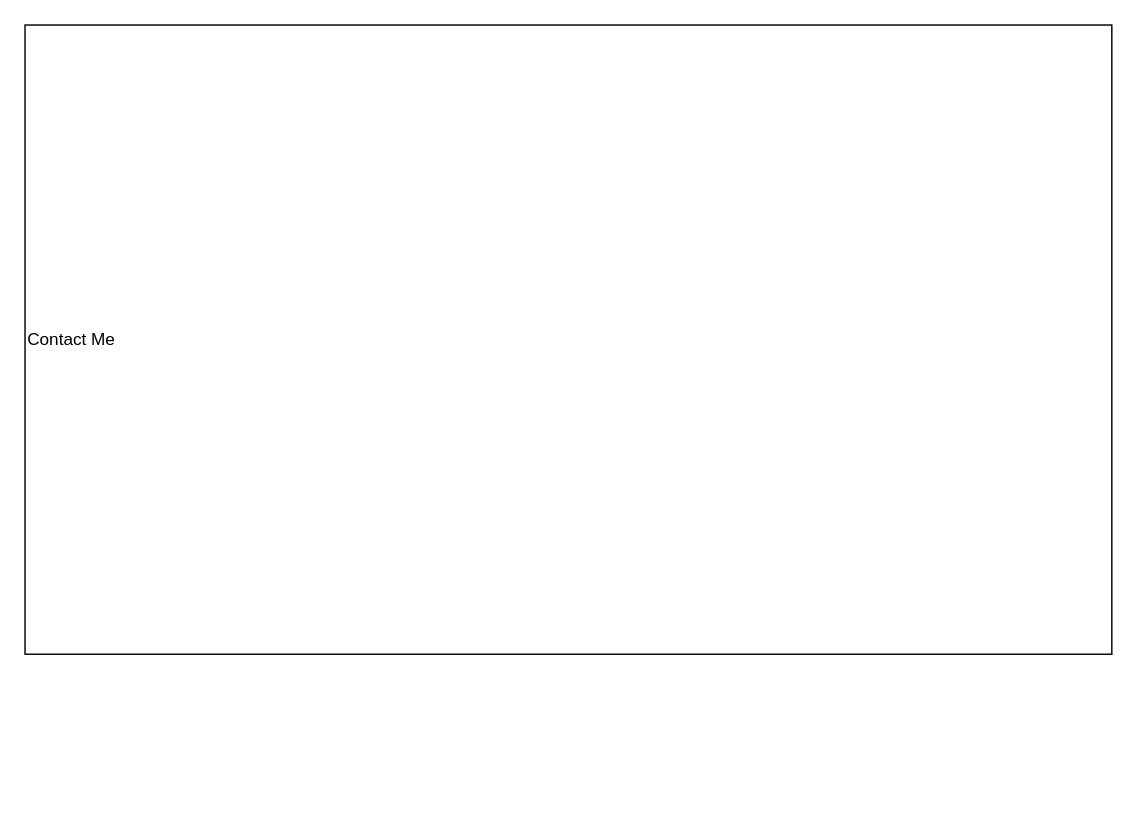
Before: src/page/home/component/Діаграма без назви.drawio in victor-shelepen/shelepen.v4, a draw.io diagram. Source tidied: cells renumbered, new cells numbered last; positions are measured from the earlier drawing's top-left corner, leaving out a move shared by most shapes. Both pictures are drawn from the tidied source at 143%, with x=0, y=0 at pixel (24, 24).
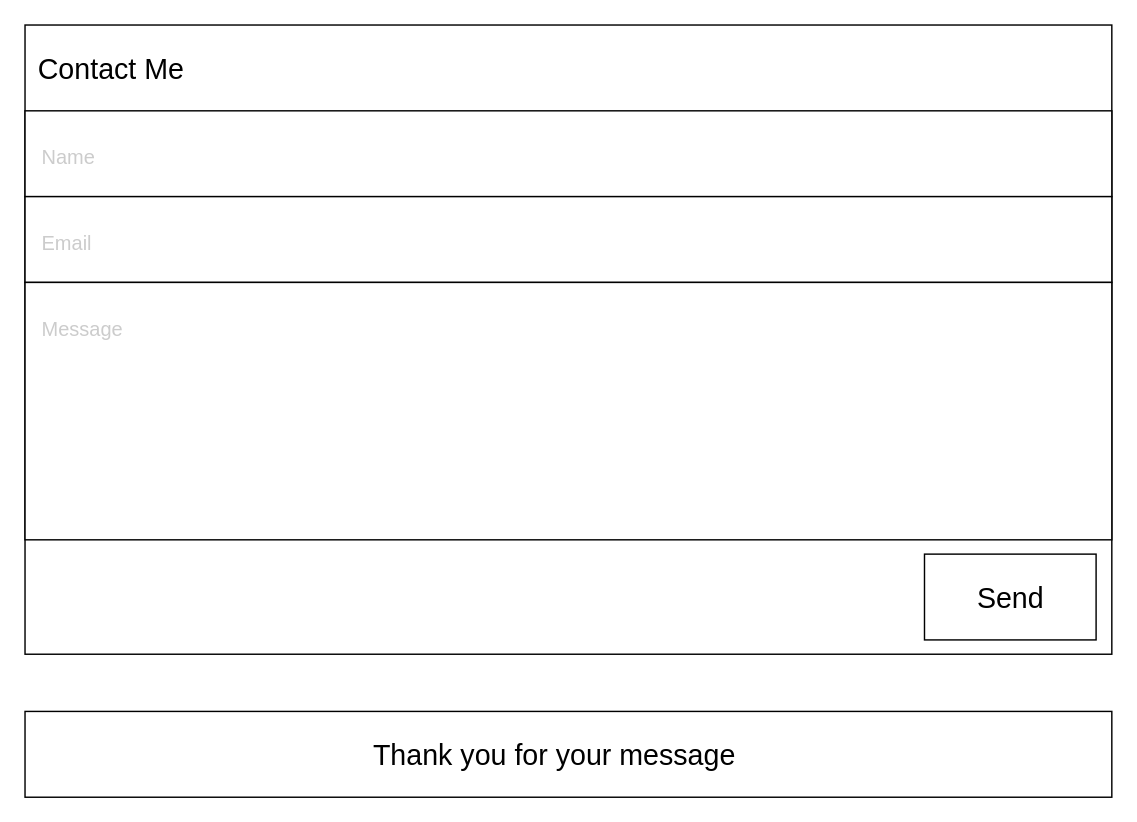
The same diagram, later.

Diff of the diagram source:
```diff
@@
 <mxGraphModel>
   <root>
     <mxCell id="0" />
     <mxCell id="1" parent="0" />
-    <mxCell id="2" value="Contact Me" style="rounded=0;whiteSpace=wrap;html=1;strokeColor=#000000;align=left;" parent="1" vertex="1">
+    <mxCell id="2" style="rounded=0;whiteSpace=wrap;html=1;strokeColor=#000000;align=left;" parent="1" vertex="1">
       <mxGeometry width="760" height="440" as="geometry" />
     </mxCell>
+    <mxCell id="3" value="&lt;font style=&quot;font-size: 20px; font-weight: normal;&quot;&gt;Contact Me&lt;/font&gt;" style="text;strokeColor=none;fillColor=none;html=1;fontSize=24;fontStyle=1;verticalAlign=middle;align=center;" parent="1" vertex="1">
+      <mxGeometry x="10" y="10" width="100" height="40" as="geometry" />
+    </mxCell>
+    <mxCell id="4" style="rounded=0;whiteSpace=wrap;html=1;" parent="1" vertex="1">
+      <mxGeometry y="60" width="760" height="60" as="geometry" />
+    </mxCell>
+    <mxCell id="5" value="&lt;span style=&quot;font-weight: normal;&quot;&gt;&lt;font style=&quot;font-size: 14px;&quot;&gt;Name&lt;/font&gt;&lt;/span&gt;" style="text;strokeColor=none;fillColor=none;html=1;fontSize=24;fontStyle=1;verticalAlign=middle;align=left;fontColor=#CCCCCC;" parent="1" vertex="1">
+      <mxGeometry x="10" y="85" width="100" height="10" as="geometry" />
+    </mxCell>
+    <mxCell id="6" style="rounded=0;whiteSpace=wrap;html=1;" parent="1" vertex="1">
+      <mxGeometry y="120" width="760" height="60" as="geometry" />
+    </mxCell>
+    <mxCell id="7" value="&lt;span style=&quot;font-weight: normal;&quot;&gt;&lt;font style=&quot;font-size: 14px;&quot;&gt;Email&lt;/font&gt;&lt;/span&gt;" style="text;strokeColor=none;fillColor=none;html=1;fontSize=24;fontStyle=1;verticalAlign=middle;align=left;fontColor=#CCCCCC;" parent="1" vertex="1">
+      <mxGeometry x="10" y="145" width="100" height="10" as="geometry" />
+    </mxCell>
+    <mxCell id="8" style="rounded=0;whiteSpace=wrap;html=1;" parent="1" vertex="1">
+      <mxGeometry y="180" width="760" height="180" as="geometry" />
+    </mxCell>
+    <mxCell id="9" value="&lt;span style=&quot;font-weight: normal;&quot;&gt;&lt;font style=&quot;font-size: 14px;&quot;&gt;Message&lt;/font&gt;&lt;/span&gt;" style="text;strokeColor=none;fillColor=none;html=1;fontSize=24;fontStyle=1;verticalAlign=middle;align=left;fontColor=#CCCCCC;" parent="1" vertex="1">
+      <mxGeometry x="10" y="205" width="100" height="10" as="geometry" />
+    </mxCell>
+    <mxCell id="10" style="rounded=0;whiteSpace=wrap;html=1;" parent="1" vertex="1">
+      <mxGeometry x="629" y="370" width="120" height="60" as="geometry" />
+    </mxCell>
+    <mxCell id="11" value="&lt;font style=&quot;font-size: 20px; font-weight: normal;&quot;&gt;Send&lt;/font&gt;" style="text;strokeColor=none;fillColor=none;html=1;fontSize=24;fontStyle=1;verticalAlign=middle;align=center;" parent="1" vertex="1">
+      <mxGeometry x="639" y="380" width="100" height="40" as="geometry" />
+    </mxCell>
+    <mxCell id="12" style="rounded=0;whiteSpace=wrap;html=1;" parent="1" vertex="1">
+      <mxGeometry y="480" width="760" height="60" as="geometry" />
+    </mxCell>
+    <mxCell id="13" value="&lt;font style=&quot;font-size: 20px; font-weight: normal;&quot;&gt;Thank you for your message&lt;/font&gt;" style="text;strokeColor=none;fillColor=none;html=1;fontSize=24;fontStyle=1;verticalAlign=middle;align=center;" parent="1" vertex="1">
+      <mxGeometry x="320" y="490" width="100" height="40" as="geometry" />
+    </mxCell>
   </root>
 </mxGraphModel>
```
